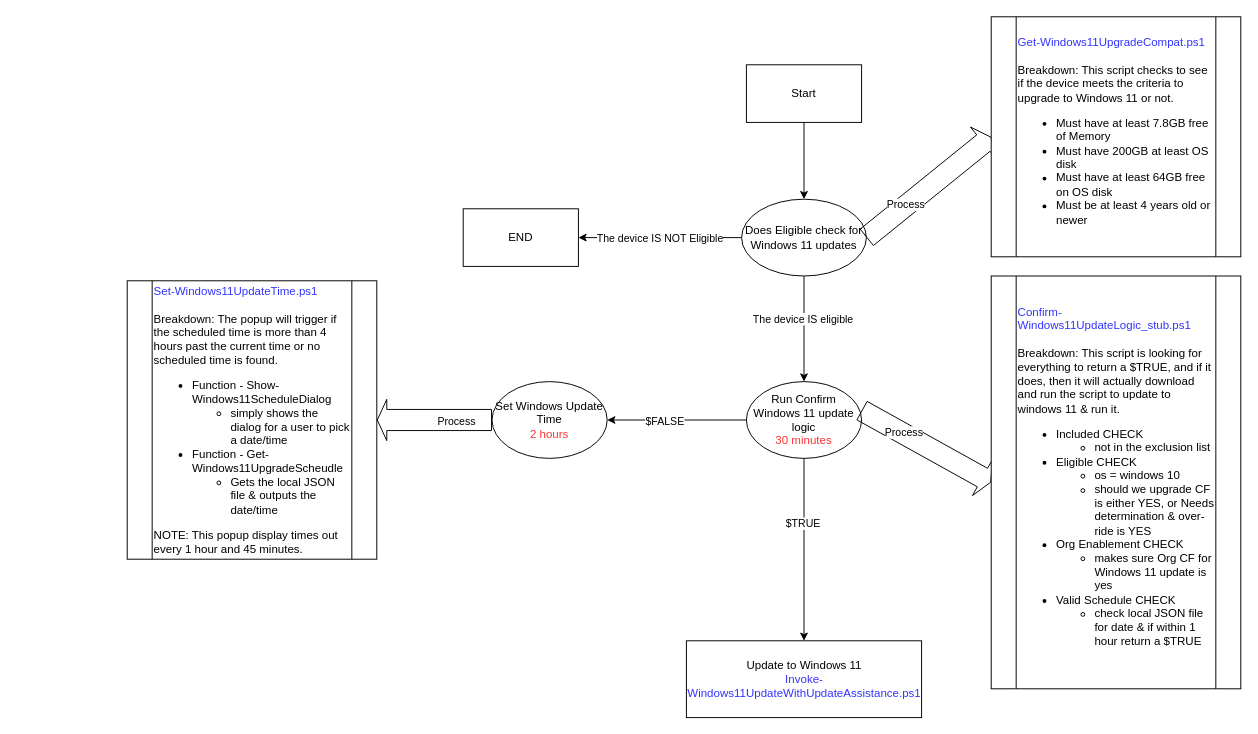
This is Windows11/UpgradeEligibleWindows10Devices.drawio from nurollinsiii/Ninja_Scripts, a draw.io file, before an edit. Source tidied: cells renumbered, new cells numbered last; positions are measured from the earlier drawing's top-left corner, leaving out a move shared by most shapes. Both pictures are drawn from the tidied source at 96%, with x=0, y=0 at pixel (127, 16).
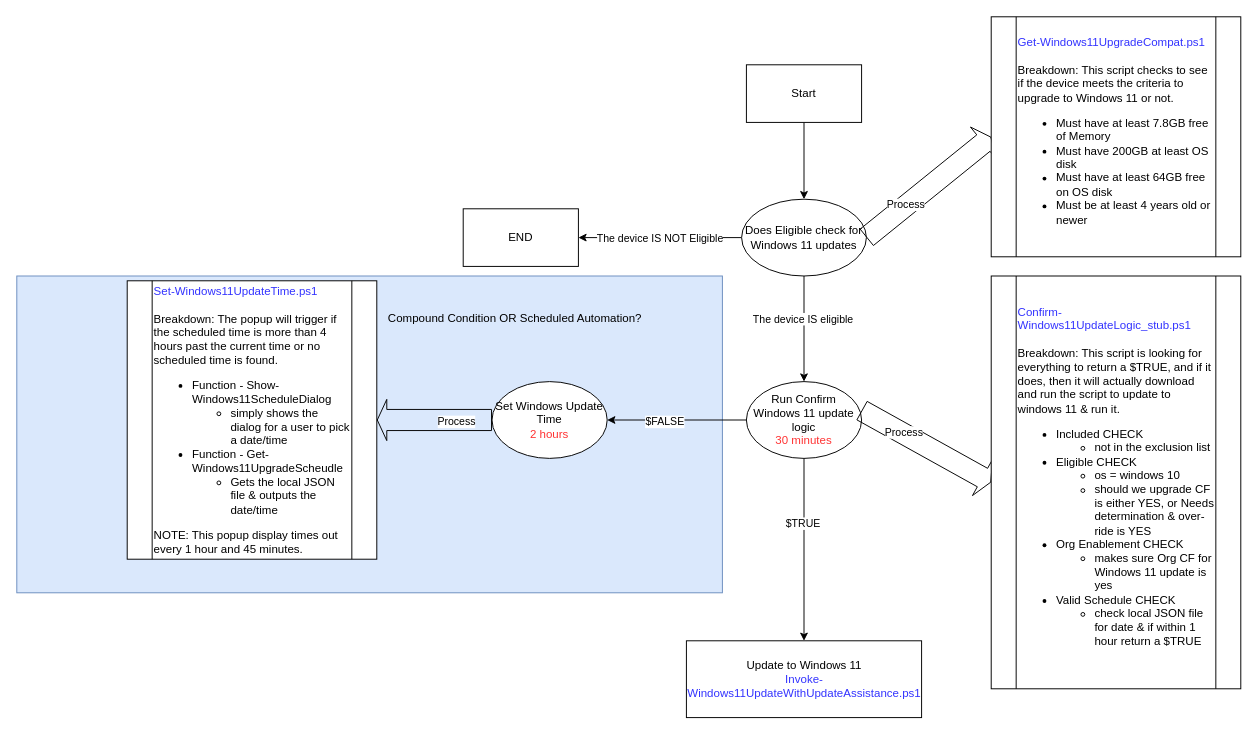
The same diagram, later.

Diff of the diagram source:
```diff
@@
+    <mxCell id="26" style="rounded=0;whiteSpace=wrap;html=1;fillColor=#dae8fc;strokeColor=#6c8ebf;" parent="1" vertex="1">
+      <mxGeometry x="-115" y="270" width="735" height="330" as="geometry" />
+    </mxCell>
@@
+    <mxCell id="27" value="Compound Condition OR Scheduled Automation?" style="text;html=1;align=left;verticalAlign=top;whiteSpace=wrap;rounded=0;" parent="1" vertex="1">
+      <mxGeometry x="270" y="300" width="300" height="60" as="geometry" />
+    </mxCell>
```
